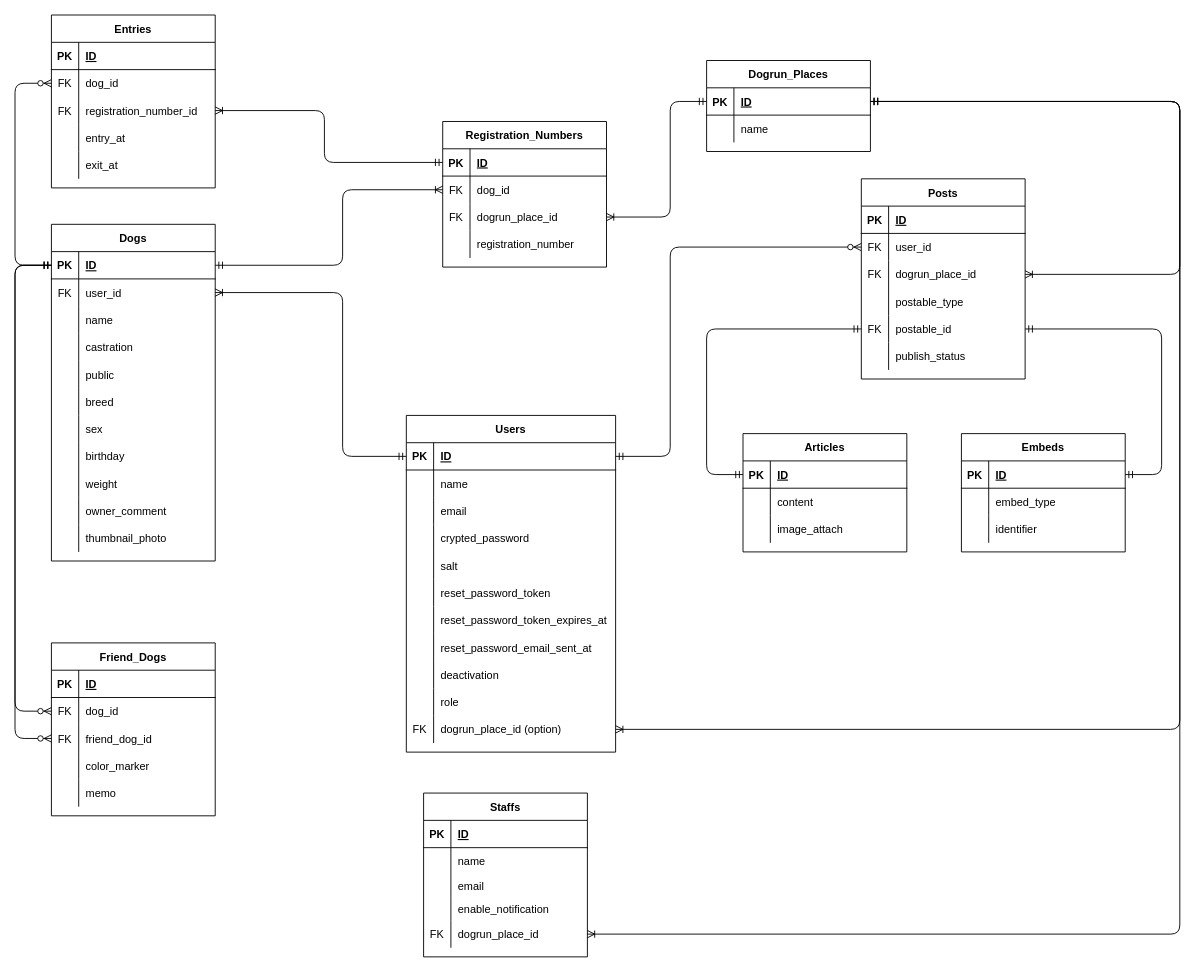
Before: ER_diagram.drawio in Kedaruma-Bond/dogrun_connect_app, a draw.io diagram. Source tidied: cells renumbered, new cells numbered last; positions are measured from the earlier drawing's top-left corner, leaving out a move shared by most shapes. Both pictures are drawn from the tidied source at 91%, with x=0, y=0 at pixel (15, 15).
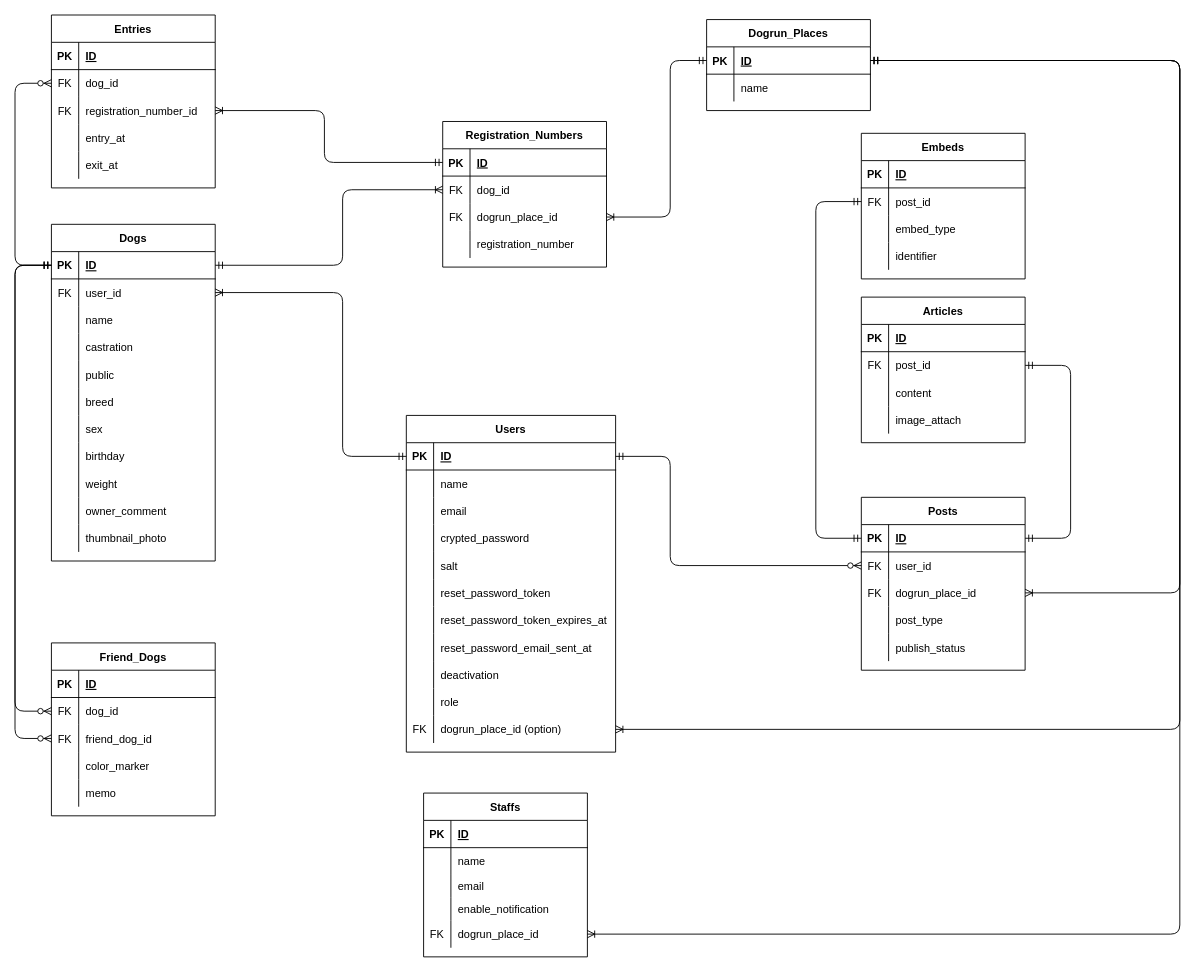
After the change.

The change refers to these unchanged cells:
```xml
<mxCell id="19" style="shape=partialRectangle;fillColor=none;top=0;left=0;bottom=1;right=0;points=[[0,0.5],[1,0.5]];portConstraint=eastwest;" parent="18" vertex="1">
  <mxGeometry y="30" width="230" height="30" as="geometry" />
</mxCell>
<mxCell id="49" style="shape=partialRectangle;fillColor=none;top=0;left=0;bottom=0;right=0;points=[[0,0.5],[1,0.5]];portConstraint=eastwest;" parent="18" vertex="1">
  <mxGeometry y="330" width="230" height="30" as="geometry" />
</mxCell>
<mxCell id="65" style="shape=partialRectangle;fillColor=none;top=0;left=0;bottom=0;right=0;points=[[0,0.5],[1,0.5]];portConstraint=eastwest;" parent="52" vertex="1">
  <mxGeometry y="140" width="180" height="30" as="geometry" />
</mxCell>
<mxCell id="103" style="shape=partialRectangle;fillColor=none;top=0;left=0;bottom=1;right=0;points=[[0,0.5],[1,0.5]];portConstraint=eastwest;" parent="102" vertex="1">
  <mxGeometry y="30" width="180" height="30" as="geometry" />
</mxCell>
<mxCell id="106" style="shape=partialRectangle;fillColor=none;top=0;left=0;bottom=0;right=0;points=[[0,0.5],[1,0.5]];portConstraint=eastwest;" parent="102" vertex="1">
  <mxGeometry y="60" width="180" height="30" as="geometry" />
</mxCell>
<mxCell id="109" style="shape=partialRectangle;fillColor=none;top=0;left=0;bottom=0;right=0;points=[[0,0.5],[1,0.5]];portConstraint=eastwest;" parent="102" vertex="1">
  <mxGeometry y="90" width="180" height="30" as="geometry" />
</mxCell>
<mxCell id="112" style="shape=partialRectangle;fillColor=none;top=0;left=0;bottom=0;right=0;" parent="102" vertex="1">
  <mxGeometry y="120" width="180" height="30" as="geometry" />
</mxCell>
<mxCell id="149" style="shape=tableRow;horizontal=0;startSize=0;swimlaneHead=0;swimlaneBody=0;fillColor=none;points=[[0,0.5],[1,0.5]];portConstraint=eastwest;top=0;left=0;right=0;bottom=0;strokeColor=none;" parent="142" vertex="1">
  <mxGeometry y="90" width="180" height="30" as="geometry" />
</mxCell>
<mxCell id="158" style="shape=tableRow;horizontal=0;startSize=0;swimlaneHead=0;swimlaneBody=0;fillColor=none;points=[[0,0.5],[1,0.5]];portConstraint=eastwest;top=0;left=0;right=0;bottom=1;" parent="157" vertex="1">
  <mxGeometry y="30" width="180" height="30" as="geometry" />
</mxCell>
<mxCell id="169" style="shape=partialRectangle;fillColor=none;top=0;left=0;bottom=1;right=0;points=[[0,0.5],[1,0.5]];portConstraint=eastwest;" parent="168" vertex="1">
  <mxGeometry y="30" width="180" height="30" as="geometry" />
</mxCell>
<mxCell id="179" style="shape=partialRectangle;fillColor=none;top=0;left=0;bottom=1;right=0;points=[[0,0.5],[1,0.5]];portConstraint=eastwest;" parent="178" vertex="1">
  <mxGeometry y="30" width="180" height="30" as="geometry" />
</mxCell>
<mxCell id="182" style="shape=partialRectangle;fillColor=none;top=0;left=0;bottom=0;right=0;points=[[0,0.5],[1,0.5]];portConstraint=eastwest;" parent="178" vertex="1">
  <mxGeometry y="60" width="180" height="30" as="geometry" />
</mxCell>
```

Change to the diagram source:
```diff
@@
     <mxCell id="102" value="Posts" style="shape=table;startSize=30;childLayout=tableLayout;rowLines=0;fontStyle=1;align=center;" parent="1" vertex="1">
-      <mxGeometry x="930" y="180" width="180" height="220" as="geometry" />
+      <mxGeometry x="930" y="530" width="180" height="190" as="geometry" />
     </mxCell>
@@
-    <mxCell id="114" value="postable_type" style="shape=partialRectangle;fillColor=none;top=0;left=0;bottom=0;right=0;align=left;spacingLeft=6;overflow=hidden;" parent="112" vertex="1">
+    <mxCell id="114" value="post_type" style="shape=partialRectangle;fillColor=none;top=0;left=0;bottom=0;right=0;align=left;spacingLeft=6;overflow=hidden;" parent="112" vertex="1">
       <mxGeometry x="30" width="150" height="30" as="geometry" />
     </mxCell>
-    <mxCell id="115" style="shape=partialRectangle;fillColor=none;top=0;left=0;bottom=0;right=0;points=[[0,0.5],[1,0.5]];portConstraint=eastwest;" parent="102" vertex="1">
-      <mxGeometry y="150" width="180" height="30" as="geometry" />
-    </mxCell>
-    <mxCell id="116" value="FK" style="shape=partialRectangle;fillColor=none;top=0;left=0;bottom=0;right=0;overflow=hidden;" parent="115" vertex="1">
-      <mxGeometry width="30" height="30" as="geometry" />
-    </mxCell>
-    <mxCell id="117" value="postable_id" style="shape=partialRectangle;fillColor=none;top=0;left=0;bottom=0;right=0;align=left;spacingLeft=6;overflow=hidden;" parent="115" vertex="1">
-      <mxGeometry x="30" width="150" height="30" as="geometry" />
-    </mxCell>
     <mxCell id="118" style="shape=partialRectangle;fillColor=none;top=0;left=0;bottom=0;right=0;" parent="102" vertex="1">
-      <mxGeometry y="180" width="180" height="30" as="geometry" />
+      <mxGeometry y="150" width="180" height="30" as="geometry" />
     </mxCell>
@@
     <mxCell id="122" style="edgeStyle=orthogonalEdgeStyle;fontSize=12;html=1;endArrow=ERzeroToMany;startArrow=ERmandOne;exitX=1;exitY=0.5;exitDx=0;exitDy=0;entryX=0;entryY=0.5;entryDx=0;entryDy=0;" parent="1" edge="1" source="19" target="106">
       <mxGeometry relative="1" as="geometry">
         <Array as="points">
           <mxPoint x="720" y="485" />
-          <mxPoint x="720" y="255" />
+          <mxPoint x="720" y="605" />
         </Array>
       </mxGeometry>
     </mxCell>
@@
     <mxCell id="157" value="Dogrun_Places" style="shape=table;startSize=30;childLayout=tableLayout;rowLines=0;fontStyle=1;align=center;" parent="1" vertex="1">
-      <mxGeometry x="760" y="50" width="180" height="100" as="geometry" />
+      <mxGeometry x="760" y="5" width="180" height="100" as="geometry" />
     </mxCell>
@@
     <mxCell id="164" style="edgeStyle=orthogonalEdgeStyle;fontSize=12;html=1;endArrow=ERoneToMany;startArrow=ERmandOne;exitX=0;exitY=0.5;exitDx=0;exitDy=0;entryX=1;entryY=0.5;entryDx=0;entryDy=0;" parent="1" edge="1" source="158" target="149">
       <mxGeometry relative="1" as="geometry">
         <Array as="points">
-          <mxPoint x="720" y="95" />
+          <mxPoint x="720" y="50" />
           <mxPoint x="720" y="222" />
         </Array>
       </mxGeometry>
     </mxCell>
     <mxCell id="165" style="edgeStyle=orthogonalEdgeStyle;fontSize=12;html=1;endArrow=ERoneToMany;startArrow=ERmandOne;exitX=1;exitY=0.5;exitDx=0;exitDy=0;entryX=1;entryY=0.5;entryDx=0;entryDy=0;" parent="1" edge="1" source="158" target="49">
       <mxGeometry relative="1" as="geometry">
         <Array as="points">
-          <mxPoint x="1280" y="95" />
+          <mxPoint x="1280" y="50" />
           <mxPoint x="1280" y="785" />
         </Array>
       </mxGeometry>
     </mxCell>
     <mxCell id="166" style="edgeStyle=orthogonalEdgeStyle;fontSize=12;html=1;endArrow=ERoneToMany;startArrow=ERmandOne;exitX=1;exitY=0.5;exitDx=0;exitDy=0;entryX=1;entryY=0.5;entryDx=0;entryDy=0;" parent="1" edge="1" source="158" target="109">
       <mxGeometry relative="1" as="geometry">
         <Array as="points">
-          <mxPoint x="1280" y="95" />
-          <mxPoint x="1280" y="285" />
+          <mxPoint x="1280" y="50" />
+          <mxPoint x="1280" y="635" />
         </Array>
       </mxGeometry>
     </mxCell>
     <mxCell id="167" style="edgeStyle=orthogonalEdgeStyle;fontSize=12;html=1;endArrow=ERoneToMany;startArrow=ERmandOne;exitX=1;exitY=0.5;exitDx=0;exitDy=0;entryX=1;entryY=0.5;entryDx=0;entryDy=0;" parent="1" edge="1" source="158" target="65">
       <mxGeometry relative="1" as="geometry">
         <Array as="points">
-          <mxPoint x="1280" y="95" />
+          <mxPoint x="1280" y="50" />
           <mxPoint x="1280" y="1010" />
         </Array>
       </mxGeometry>
     </mxCell>
     <mxCell id="168" value="Articles" style="shape=table;startSize=30;childLayout=tableLayout;rowLines=0;fontStyle=1;align=center;" parent="1" vertex="1">
-      <mxGeometry x="800" y="460" width="180" height="130" as="geometry" />
+      <mxGeometry x="930" y="310" width="180" height="160" as="geometry" />
     </mxCell>
@@
+    <mxCell id="190" style="shape=partialRectangle;fillColor=none;top=0;left=0;bottom=0;right=0;points=[[0,0.5],[1,0.5]];portConstraint=eastwest;" parent="168" vertex="1">
+      <mxGeometry y="60" width="180" height="30" as="geometry" />
+    </mxCell>
+    <mxCell id="116" value="FK" style="shape=partialRectangle;fillColor=none;top=0;left=0;bottom=0;right=0;overflow=hidden;" parent="190" vertex="1">
+      <mxGeometry width="30" height="30" as="geometry" />
+    </mxCell>
+    <mxCell id="191" value="post_id" style="shape=partialRectangle;fillColor=none;top=0;left=0;bottom=0;right=0;align=left;spacingLeft=6;overflow=hidden;" parent="190" vertex="1">
+      <mxGeometry x="30" width="150" height="30" as="geometry" />
+    </mxCell>
     <mxCell id="172" style="shape=partialRectangle;fillColor=none;top=0;left=0;bottom=0;right=0;" parent="168" vertex="1">
-      <mxGeometry y="60" width="180" height="30" as="geometry" />
+      <mxGeometry y="90" width="180" height="30" as="geometry" />
     </mxCell>
@@
     <mxCell id="175" style="shape=partialRectangle;fillColor=none;top=0;left=0;bottom=0;right=0;" parent="168" vertex="1">
-      <mxGeometry y="90" width="180" height="30" as="geometry" />
+      <mxGeometry y="120" width="180" height="30" as="geometry" />
     </mxCell>
@@
     <mxCell id="178" value="Embeds" style="shape=table;startSize=30;childLayout=tableLayout;rowLines=0;fontStyle=1;align=center;" parent="1" vertex="1">
-      <mxGeometry x="1040" y="460" width="180" height="130" as="geometry" />
+      <mxGeometry x="930" y="130" width="180" height="160" as="geometry" />
     </mxCell>
@@
-    <mxCell id="183" style="shape=partialRectangle;fillColor=none;top=0;left=0;bottom=0;right=0;overflow=hidden;" parent="182" vertex="1">
+    <mxCell id="183" value="FK" style="shape=partialRectangle;fillColor=none;top=0;left=0;bottom=0;right=0;overflow=hidden;" parent="182" vertex="1">
       <mxGeometry width="30" height="30" as="geometry" />
     </mxCell>
-    <mxCell id="184" value="embed_type" style="shape=partialRectangle;fillColor=none;top=0;left=0;bottom=0;right=0;align=left;spacingLeft=6;overflow=hidden;" parent="182" vertex="1">
+    <mxCell id="184" value="post_id" style="shape=partialRectangle;fillColor=none;top=0;left=0;bottom=0;right=0;align=left;spacingLeft=6;overflow=hidden;" parent="182" vertex="1">
       <mxGeometry x="30" width="150" height="30" as="geometry" />
     </mxCell>
+    <mxCell id="192" style="shape=partialRectangle;fillColor=none;top=0;left=0;bottom=0;right=0;" parent="178" vertex="1">
+      <mxGeometry y="90" width="180" height="30" as="geometry" />
+    </mxCell>
+    <mxCell id="193" style="shape=partialRectangle;fillColor=none;top=0;left=0;bottom=0;right=0;overflow=hidden;" parent="192" vertex="1">
+      <mxGeometry width="30" height="30" as="geometry" />
+    </mxCell>
+    <mxCell id="194" value="embed_type" style="shape=partialRectangle;fillColor=none;top=0;left=0;bottom=0;right=0;align=left;spacingLeft=6;overflow=hidden;" parent="192" vertex="1">
+      <mxGeometry x="30" width="150" height="30" as="geometry" />
+    </mxCell>
     <mxCell id="185" style="shape=partialRectangle;fillColor=none;top=0;left=0;bottom=0;right=0;" parent="178" vertex="1">
-      <mxGeometry y="90" width="180" height="30" as="geometry" />
+      <mxGeometry y="120" width="180" height="30" as="geometry" />
     </mxCell>
@@
-    <mxCell id="188" style="edgeStyle=orthogonalEdgeStyle;fontSize=12;html=1;endArrow=ERmandOne;startArrow=ERmandOne;entryX=0;entryY=0.5;entryDx=0;entryDy=0;exitX=0;exitY=0.5;exitDx=0;exitDy=0;" parent="1" edge="1" source="169" target="115">
-      <mxGeometry relative="1" as="geometry">
-        <Array as="points">
-          <mxPoint x="760" y="505" />
-          <mxPoint x="760" y="345" />
-        </Array>
-      </mxGeometry>
-    </mxCell>
-    <mxCell id="189" style="edgeStyle=orthogonalEdgeStyle;fontSize=12;html=1;endArrow=ERmandOne;startArrow=ERmandOne;entryX=1;entryY=0.5;entryDx=0;entryDy=0;exitX=1;exitY=0.5;exitDx=0;exitDy=0;" parent="1" edge="1" source="179" target="115">
-      <mxGeometry relative="1" as="geometry">
-        <Array as="points">
-          <mxPoint x="1260" y="505" />
-          <mxPoint x="1260" y="345" />
-        </Array>
-      </mxGeometry>
-    </mxCell>
+    <mxCell id="195" style="edgeStyle=orthogonalEdgeStyle;fontSize=12;html=1;endArrow=ERmandOne;startArrow=ERmandOne;entryX=1;entryY=0.5;entryDx=0;entryDy=0;strokeColor=default;exitX=1;exitY=0.5;exitDx=0;exitDy=0;" parent="1" edge="1" source="103" target="190">
+      <mxGeometry relative="1" as="geometry">
+        <Array as="points">
+          <mxPoint x="1160" y="575" />
+          <mxPoint x="1160" y="385" />
+        </Array>
+      </mxGeometry>
+    </mxCell>
+    <mxCell id="196" style="edgeStyle=orthogonalEdgeStyle;fontSize=12;html=1;endArrow=ERmandOne;startArrow=ERmandOne;exitX=0;exitY=0.5;exitDx=0;exitDy=0;entryX=0;entryY=0.5;entryDx=0;entryDy=0;strokeColor=default;" parent="1" edge="1" source="103" target="182">
+      <mxGeometry relative="1" as="geometry">
+        <Array as="points">
+          <mxPoint x="880" y="575" />
+          <mxPoint x="880" y="205" />
+        </Array>
+      </mxGeometry>
+    </mxCell>
```
